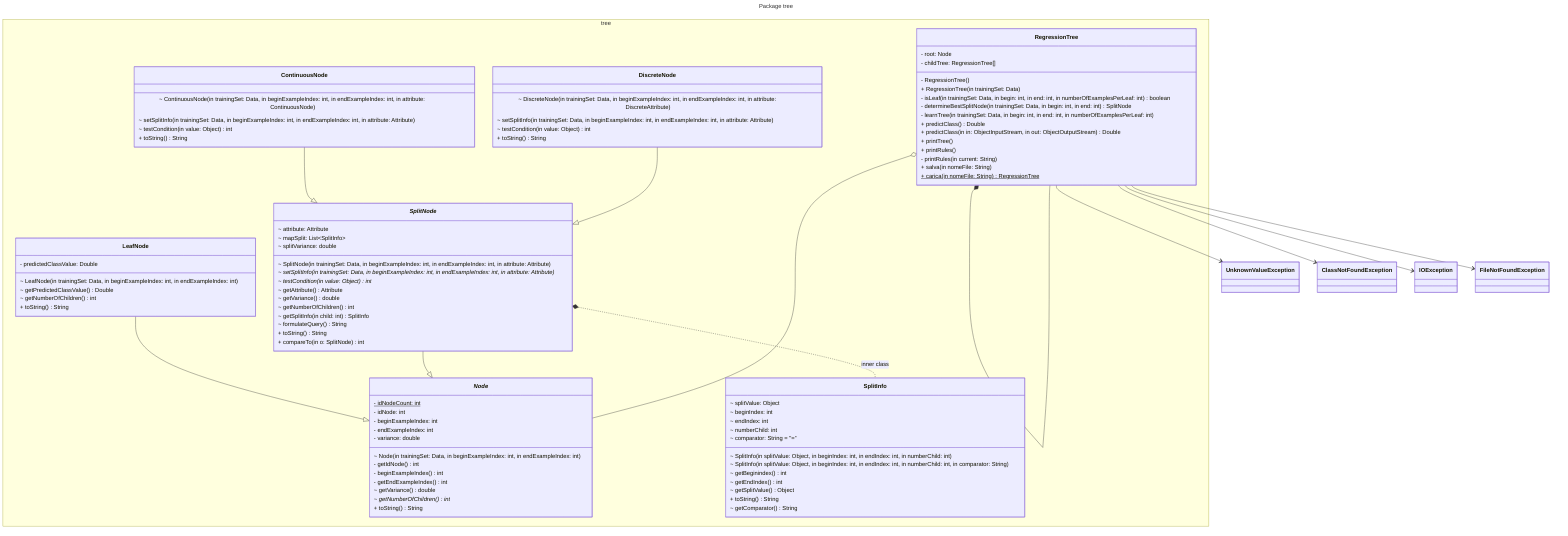
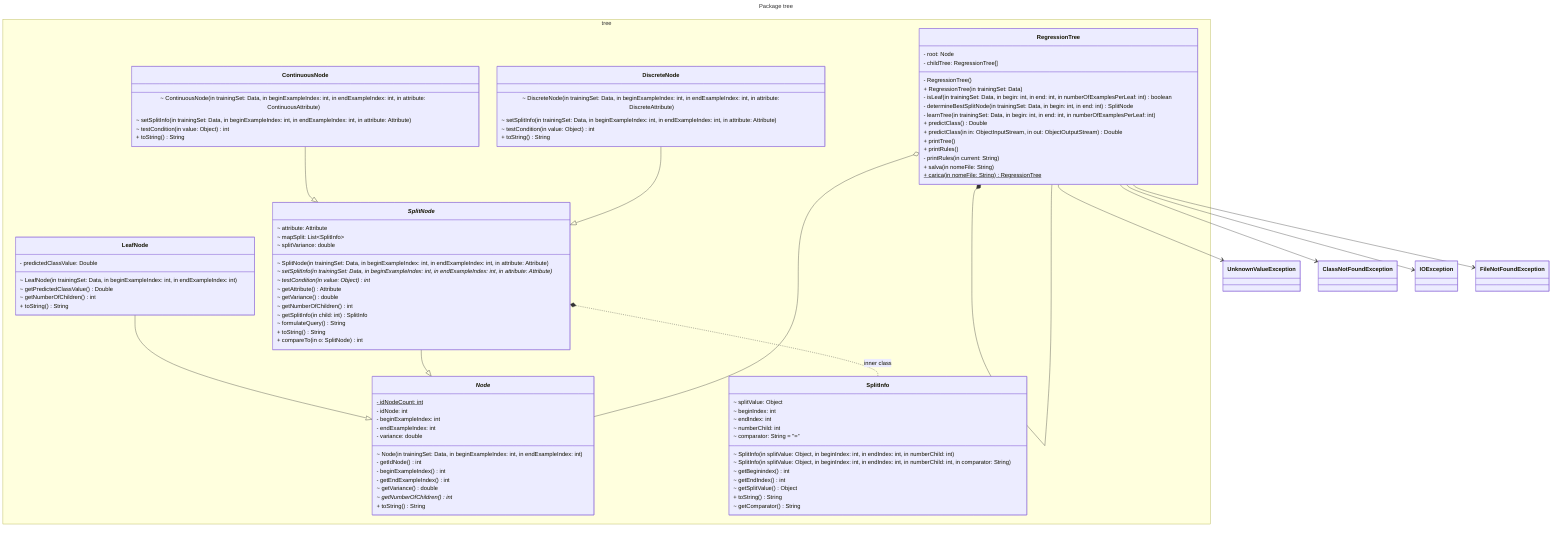
---
title: Package tree
---
classDiagram
namespace tree {
  class Node
  class SplitNode
  class SplitInfo
  class DiscreteNode
  class ContinuousNode
  class LeafNode
  class RegressionTree
}

class Node["<i>Node</i>"] {
  - idNodeCount: int $
  - idNode: int
  - beginExampleIndex: int
  - endExampleIndex: int
  - variance: double
  ~ Node(in trainingSet: Data, in beginExampleIndex: int, in endExampleIndex: int)
  - getIdNode() int
  - beginExampleIndex() int
  - getEndExampleIndex() int
  ~ getVariance() double
  ~ getNumberOfChildren()* int
  + toString() String
}

class LeafNode {
  - predictedClassValue: Double
  ~ LeafNode(in trainingSet: Data, in beginExampleIndex: int, in endExampleIndex: int)
  ~ getPredictedClassValue() Double
  ~ getNumberOfChildren() int
  + toString() String
}

class DiscreteNode {
  ~ DiscreteNode(in trainingSet: Data, in beginExampleIndex: int, in endExampleIndex: int, in attribute: DiscreteAttribute)
  ~ setSplitInfo(in trainingSet: Data, in beginExampleIndex: int, in endExampleIndex: int, in attribute: Attribute)
  ~ testCondition(in value: Object) int
  + toString() String
}

class SplitNode["<i>SplitNode</i>"] {
  ~ attribute: Attribute
  ~ mapSplit: List~SplitInfo~
  ~ splitVariance: double
  ~ SplitNode(in trainingSet: Data, in beginExampleIndex: int, in endExampleIndex: int, in attribute: Attribute)
  ~ setSplitInfo(in trainingSet: Data, in beginExampleIndex: int, in endExampleIndex: int, in attribute: Attribute)*
  ~ testCondition(in value: Object)* int
  ~ getAttribute() Attribute
  ~ getVariance() double
  ~ getNumberOfChildren() int
  ~ getSplitInfo(in child: int) SplitInfo
  ~ formulateQuery() String
  + toString() String
  + compareTo(in o: SplitNode) int
}

class SplitInfo {
  ~ splitValue: Object
  ~ beginIndex: int
  ~ endIndex: int
  ~ numberChild: int
  ~ comparator: String = "="
  ~ SplitInfo(in splitValue: Object, in beginIndex: int, in endIndex: int, in numberChild: int)
  ~ SplitInfo(in splitValue: Object, in beginIndex: int, in endIndex: int, in numberChild: int, in comparator: String)
  ~ getBeginindex() int
  ~ getEndIndex() int
  ~ getSplitValue() Object
  + toString() String
  ~ getComparator() String
}

class ContinuousNode {
-   ~ ContinuousNode(in trainingSet: Data, in beginExampleIndex: int, in endExampleIndex: int, in attribute: ContinuousNode)
+   ~ ContinuousNode(in trainingSet: Data, in beginExampleIndex: int, in endExampleIndex: int, in attribute: ContinuousAttribute)
  ~ setSplitInfo(in trainingSet: Data, in beginExampleIndex: int, in endExampleIndex: int, in attribute: Attribute)
  ~ testCondition(in value: Object) int
  + toString() String
}

class RegressionTree {
  - root: Node
  - childTree: RegressionTree[]
  - RegressionTree()
  + RegressionTree(in trainingSet: Data)
  - isLeaf(in trainingSet: Data, in begin: int, in end: int, in numberOfExamplesPerLeaf: int) boolean
  - determineBestSplitNode(in trainingSet: Data, in begin: int, in end: int) SplitNode
  - learnTree(in trainingSet: Data, in begin: int, in end: int, in numberOfExamplesPerLeaf: int)
  + predictClass() Double
  + predictClass(in in: ObjectInputStream, in out: ObjectOutputStream) Double
  + printTree()
  + printRules()
  - printRules(in current: String)
  + salva(in nomeFile: String)
  + carica(in nomeFile: String) RegressionTree$
}

LeafNode --|> Node
SplitNode --|> Node
ContinuousNode --|> SplitNode
DiscreteNode --|> SplitNode

SplitNode *.. SplitInfo : inner class

RegressionTree o-- Node
RegressionTree *-- RegressionTree
RegressionTree --> UnknownValueException
RegressionTree --> ClassNotFoundException
RegressionTree --> IOException
RegressionTree --> FileNotFoundException
